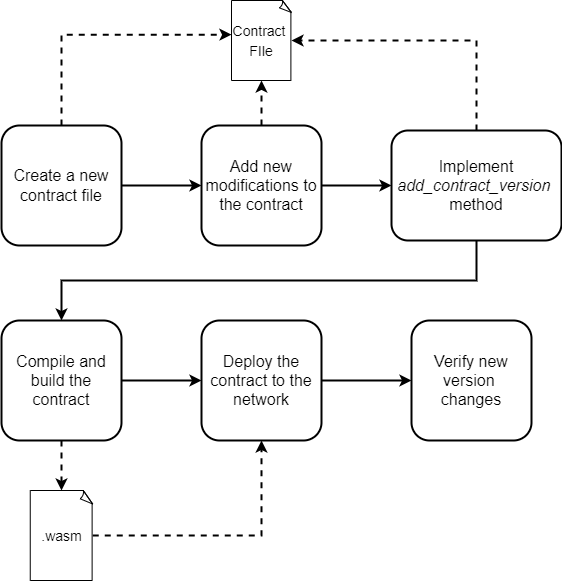
Above: static/image/contract-upgrade-flow.png in casper-network/docs (draw.io), before the change. Source tidied: cells renumbered, new cells last; positions are measured from the earlier drawing's top-left corner, leaving out a move shared by most shapes.
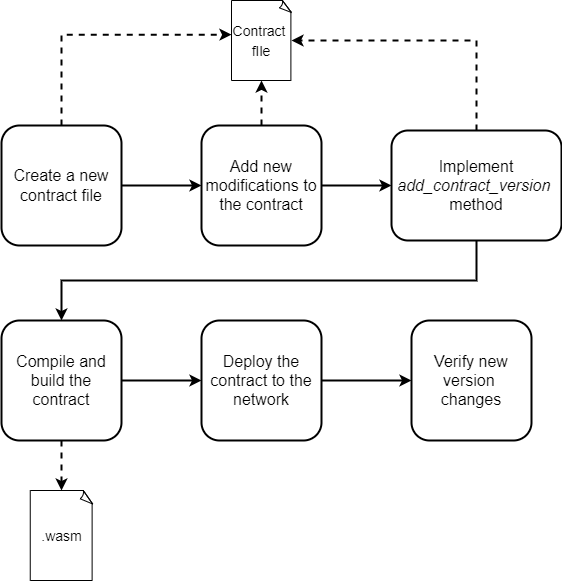
The same diagram one commit later.

Commit message:
Adding review feedback

Change to the diagram source:
```diff
@@ -49,12 +49,9 @@
     <mxCell id="16" value="&lt;font style=&quot;font-size: 16px&quot;&gt;Verify new version &lt;br&gt;changes&lt;/font&gt;" style="rounded=1;whiteSpace=wrap;html=1;strokeWidth=2;fillColor=none;" parent="1" vertex="1">
       <mxGeometry x="410" y="320" width="120" height="120" as="geometry" />
     </mxCell>
-    <mxCell id="17" value="&lt;font style=&quot;font-size: 14px&quot;&gt;Contract &lt;br&gt;FIle&lt;/font&gt;" style="whiteSpace=wrap;html=1;shape=mxgraph.basic.document;fontSize=16;strokeWidth=1;fillColor=none;" parent="1" vertex="1">
+    <mxCell id="17" value="&lt;font style=&quot;font-size: 14px&quot;&gt;Contract &lt;br&gt;fIle&lt;/font&gt;" style="whiteSpace=wrap;html=1;shape=mxgraph.basic.document;fontSize=16;strokeWidth=1;fillColor=none;" parent="1" vertex="1">
       <mxGeometry x="230" width="60" height="80" as="geometry" />
     </mxCell>
-    <mxCell id="18" style="edgeStyle=orthogonalEdgeStyle;rounded=0;jettySize=auto;html=1;exitX=1;exitY=0.5;exitDx=0;exitDy=0;exitPerimeter=0;entryX=0.5;entryY=1;entryDx=0;entryDy=0;dashed=1;strokeWidth=2;" parent="1" edge="1" source="19" target="15">
-      <mxGeometry relative="1" as="geometry" />
-    </mxCell>
     <mxCell id="19" value="&lt;span style=&quot;font-size: 14px&quot;&gt;.wasm&lt;/span&gt;" style="whiteSpace=wrap;html=1;shape=mxgraph.basic.document;fontSize=16;strokeWidth=1;fillColor=none;" parent="1" vertex="1">
       <mxGeometry x="28.8" y="490" width="62.5" height="90" as="geometry" />
     </mxCell>
```
